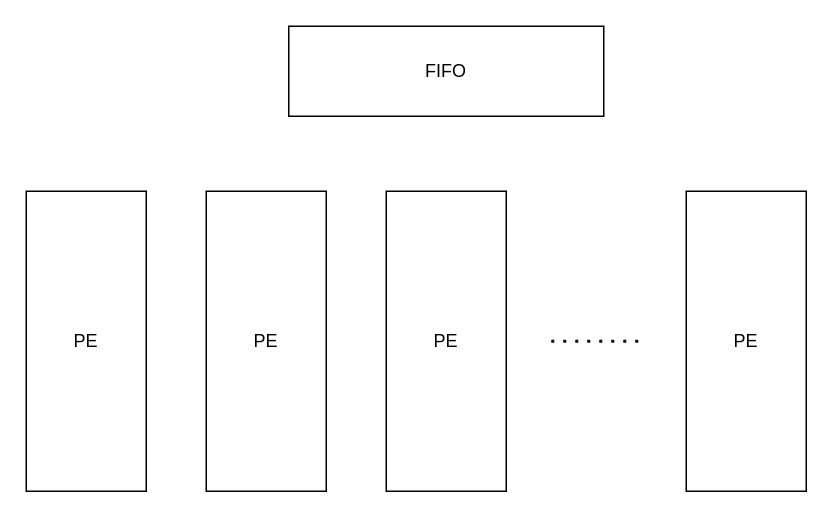
Above: page "PU" (3 of 8) of FPGA_output.drawio in muguang123/drwaio (draw.io), before the change. Source tidied: cells renumbered, new cells numbered last; positions are measured from the earlier drawing's top-left corner, leaving out a move shared by most shapes. Both pictures are drawn from the tidied source at 150%, with x=0, y=0 at pixel (26, 26).
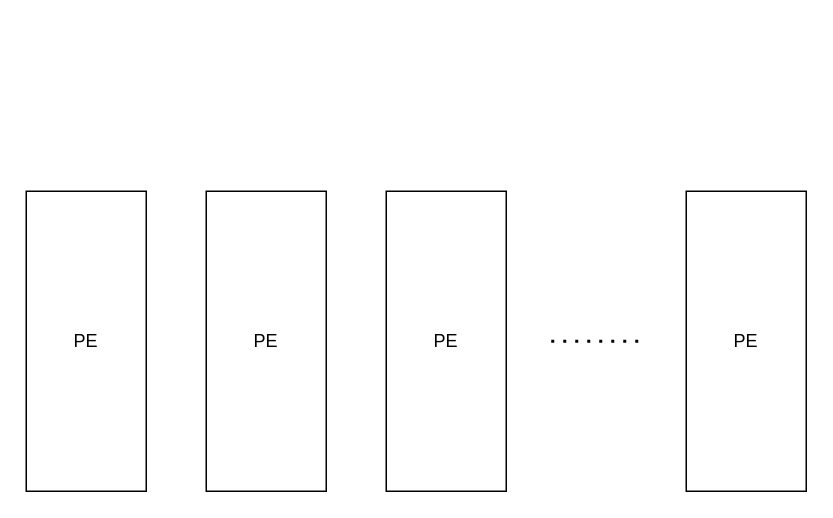
After the change.

The edit, as a diff of the source:
```diff
@@
 <mxGraphModel>
   <root>
     <mxCell id="0" />
     <mxCell id="1" parent="0" />
     <mxCell id="2" value="PE" style="rounded=0;whiteSpace=wrap;html=1;" parent="1" vertex="1">
       <mxGeometry y="110" width="80" height="200" as="geometry" />
     </mxCell>
     <mxCell id="3" value="PE" style="rounded=0;whiteSpace=wrap;html=1;" parent="1" vertex="1">
       <mxGeometry x="120" y="110" width="80" height="200" as="geometry" />
     </mxCell>
     <mxCell id="4" value="PE" style="rounded=0;whiteSpace=wrap;html=1;" parent="1" vertex="1">
       <mxGeometry x="240" y="110" width="80" height="200" as="geometry" />
     </mxCell>
     <mxCell id="5" value="PE" style="rounded=0;whiteSpace=wrap;html=1;" parent="1" vertex="1">
       <mxGeometry x="440" y="110" width="80" height="200" as="geometry" />
     </mxCell>
     <mxCell id="6" style="endArrow=none;dashed=1;html=1;dashPattern=1 3;strokeWidth=2;" parent="1" edge="1">
       <mxGeometry relative="1" as="geometry">
         <mxPoint x="350" y="210" as="sourcePoint" />
         <mxPoint x="410" y="210" as="targetPoint" />
       </mxGeometry>
     </mxCell>
-    <mxCell id="7" value="FIFO" style="rounded=0;whiteSpace=wrap;html=1;" parent="1" vertex="1">
-      <mxGeometry x="175" width="210" height="60" as="geometry" />
-    </mxCell>
   </root>
 </mxGraphModel>
```
